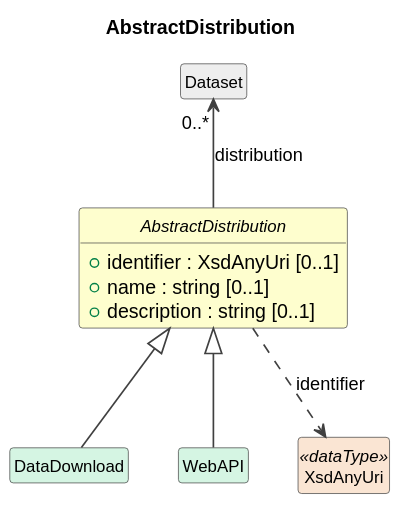
This is build/field-level-documentation/CDIFCore/Classes/AbstractDistribution.svg from Cross-Domain-Interoperability-Framework/metadataBuildingBlocks, a PlantUML export, as it was before one commit.
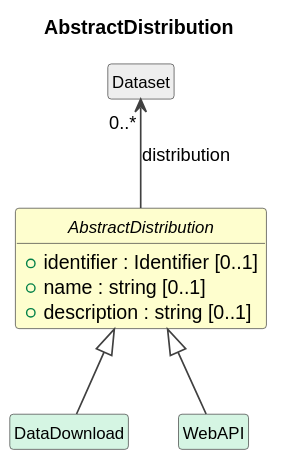
The same diagram one commit later.

Diff of the diagram source:
```diff
@@ -11,7 +11,7 @@
 }
 
 abstract class "AbstractDistribution" as AbstractDistribution #FEFECE {
-  +identifier : XsdAnyUri [0..1]
+  +identifier : Identifier [0..1]
   +name : string [0..1]
   +description : string [0..1]
 }
@@ -21,6 +21,4 @@
 AbstractDistribution <|-- WebAPI
 class "Dataset" as Dataset #EEEEEE
 Dataset "0..*" <-- AbstractDistribution : distribution
-class "XsdAnyUri" as XsdAnyUri <<dataType>> #FAE5D3
-AbstractDistribution ..> XsdAnyUri : identifier
 @enduml
```
